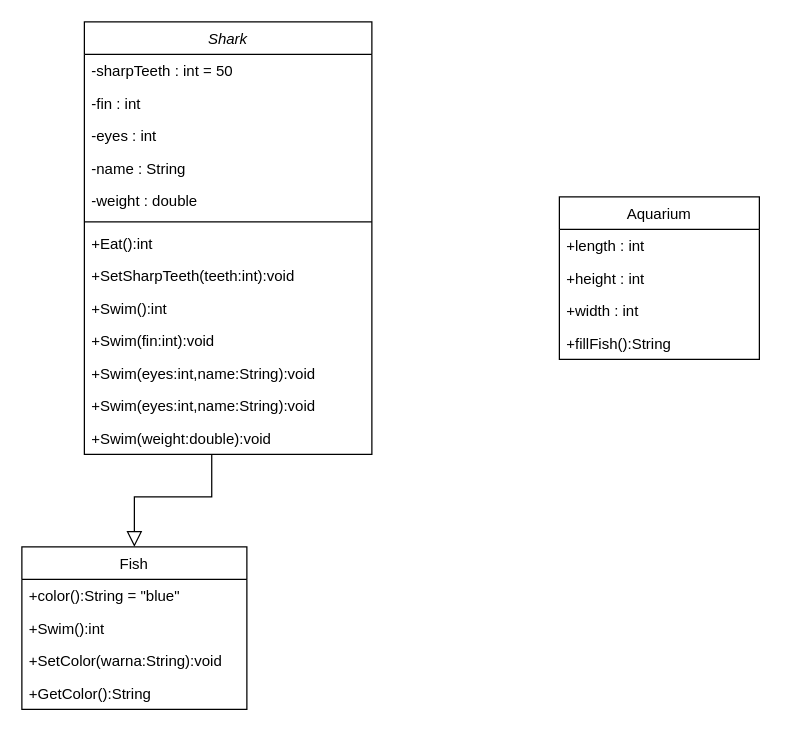
Earlier version of the draw.io diagram Week 2 NO1.drawio (ainaarasdi/Week-2---Class-Diagram). Source tidied: cells renumbered, new cells numbered last; positions are measured from the earlier drawing's top-left corner, leaving out a move shared by most shapes. Both pictures are drawn from the tidied source at 125%, with x=0, y=0 at pixel (21, 21).
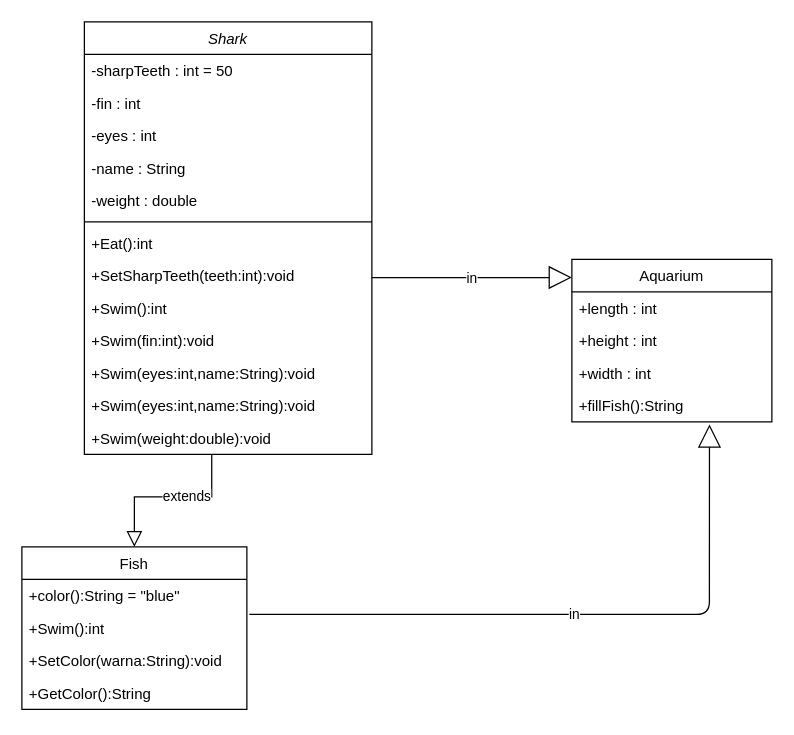
The same diagram, later.

The change refers to these unchanged cells:
```xml
<mxCell id="2" style="endArrow=block;endSize=10;endFill=0;shadow=0;strokeWidth=1;rounded=0;edgeStyle=elbowEdgeStyle;elbow=vertical;exitX=0.443;exitY=1;exitDx=0;exitDy=0;exitPerimeter=0;entryX=0.5;entryY=0;entryDx=0;entryDy=0;" parent="1" edge="1" source="16" target="17">
  <mxGeometry relative="1" as="geometry">
    <Array as="points">
      <mxPoint x="130" y="380" />
    </Array>
  </mxGeometry>
</mxCell>
<mxCell id="19" value="+Swim():int" style="text;align=left;verticalAlign=top;spacingLeft=4;spacingRight=4;overflow=hidden;points=[[0,0.5],[1,0.5]];portConstraint=eastwest;rounded=0;shadow=0;html=0;" parent="17" vertex="1">
  <mxGeometry y="52" width="180" height="26" as="geometry" />
</mxCell>
<mxCell id="26" value="+fillFish():String" style="text;align=left;verticalAlign=top;spacingLeft=4;spacingRight=4;overflow=hidden;points=[[0,0.5],[1,0.5]];portConstraint=eastwest;rounded=0;shadow=0;html=0;" parent="22" vertex="1">
  <mxGeometry y="104" width="160" height="26" as="geometry" />
</mxCell>
```

Change to the diagram source:
```diff
@@
+    <mxCell id="27" value="extends" style="edgeLabel;html=1;align=center;verticalAlign=middle;" parent="2" vertex="1">
+      <mxGeometry x="-0.21" y="-1" relative="1" as="geometry" />
+    </mxCell>
@@
+    <mxCell id="28" value="in" style="endArrow=block;endSize=16;endFill=0;html=1;" parent="1" edge="1">
+      <mxGeometry relative="1" as="geometry">
+        <mxPoint x="280" y="204.5" as="sourcePoint" />
+        <mxPoint x="440" y="204.5" as="targetPoint" />
+      </mxGeometry>
+    </mxCell>
     <mxCell id="22" value="Aquarium" style="swimlane;fontStyle=0;align=center;verticalAlign=top;horizontal=1;startSize=26;rounded=0;shadow=0;strokeWidth=1;" parent="1" vertex="1">
-      <mxGeometry x="430" y="140" width="160" height="130" as="geometry" />
+      <mxGeometry x="440" y="190" width="160" height="130" as="geometry" />
     </mxCell>
@@
+    <mxCell id="29" value="in" style="endArrow=block;endSize=16;endFill=0;html=1;entryX=0.688;entryY=1.077;entryDx=0;entryDy=0;entryPerimeter=0;exitX=1.011;exitY=0.077;exitDx=0;exitDy=0;exitPerimeter=0;" parent="1" edge="1" source="19" target="26">
+      <mxGeometry relative="1" as="geometry">
+        <Array as="points">
+          <mxPoint x="550" y="474" />
+        </Array>
+      </mxGeometry>
+    </mxCell>
```
